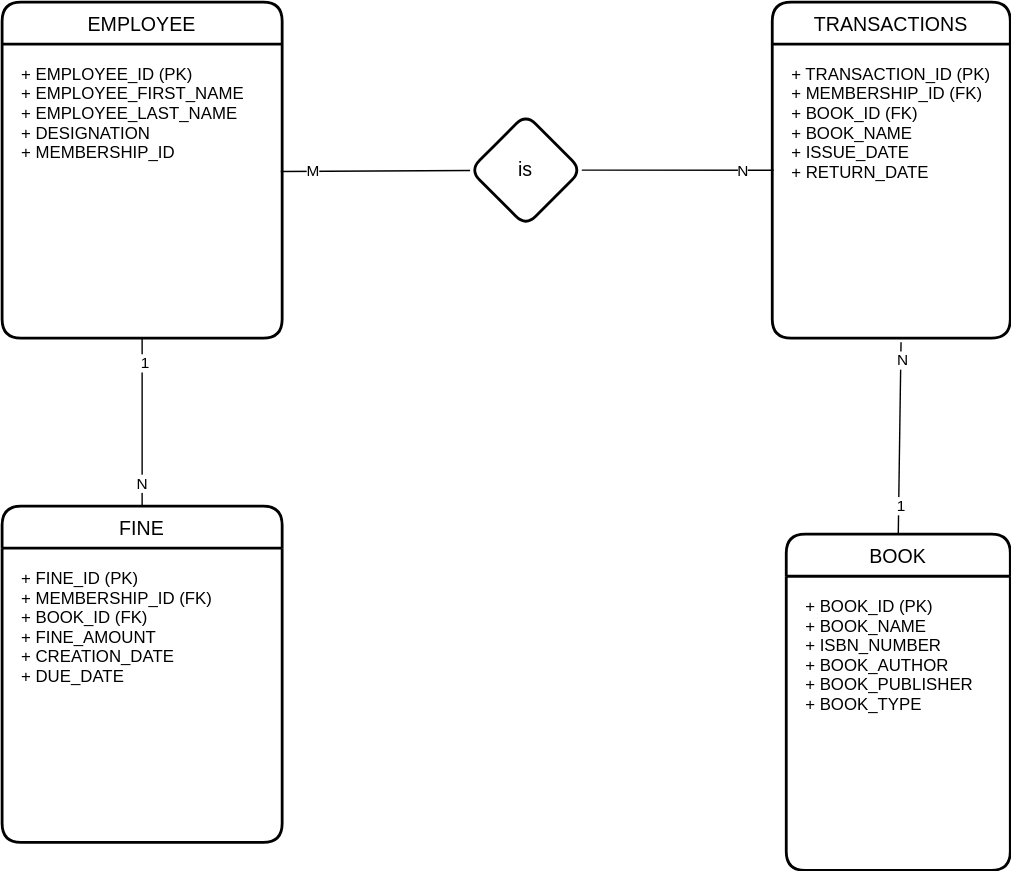
The draw.io diagram diagrams/Database Design.drawio.svg in basit-budroo/library-management-system, before a commit. Source tidied: cells renumbered, new cells last; positions are measured from the earlier drawing's top-left corner, leaving out a move shared by most shapes.
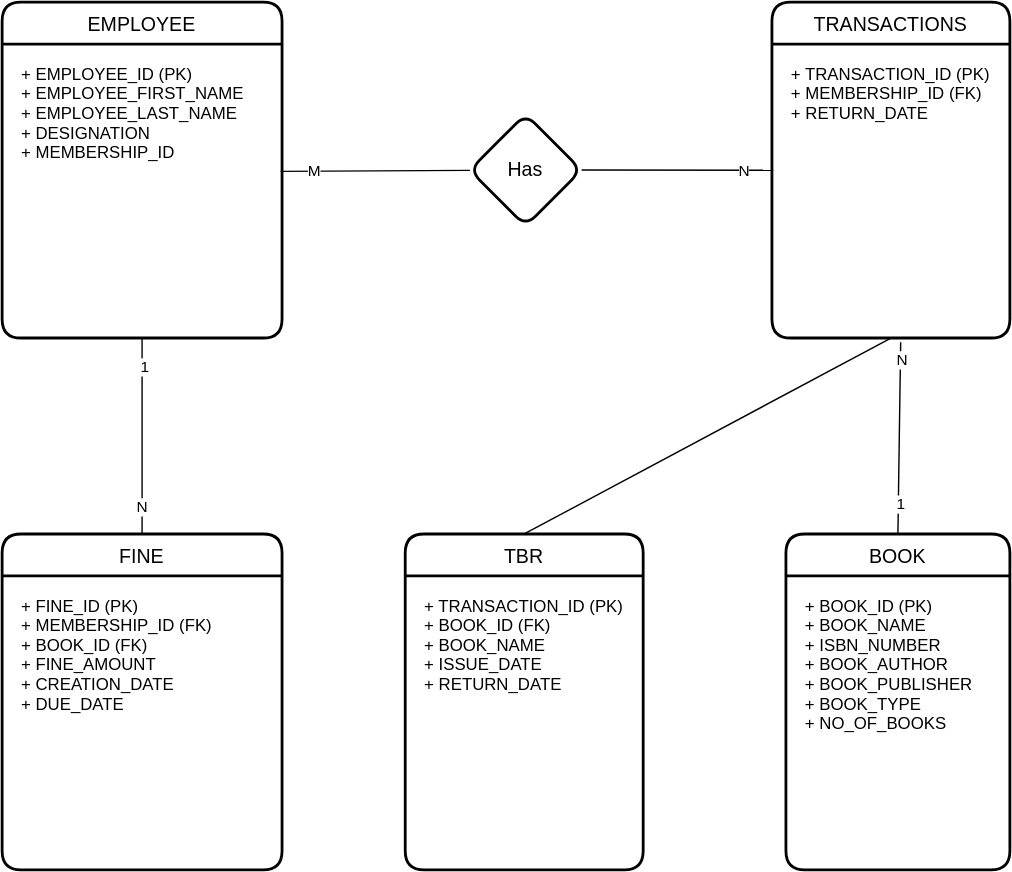
The same file after the commit.

Commit message:
database design updated -28/07

Diff of the diagram source:
```diff
@@ -11,10 +11,10 @@
     <mxCell id="4" value="TRANSACTIONS" style="swimlane;horizontal=1;startSize=30;rounded=1;fontSize=14;fontStyle=0;strokeWidth=2;shadow=0;dashed=0;align=center;" parent="1" vertex="1">
       <mxGeometry x="550" width="170" height="240" as="geometry" />
     </mxCell>
-    <mxCell id="5" value="+ TRANSACTION_ID (PK)&#10;+ MEMBERSHIP_ID (FK)&#10;+ BOOK_ID (FK)&#10;+ BOOK_NAME&#10;+ ISSUE_DATE&#10;+ RETURN_DATE" style="align=left;strokeColor=none;fillColor=none;spacingLeft=4;fontSize=12;verticalAlign=top;spacingTop=0;sketch=1;spacing=10;" parent="4" vertex="1">
+    <mxCell id="5" value="+ TRANSACTION_ID (PK)&#10;+ MEMBERSHIP_ID (FK)&#10;+ RETURN_DATE" style="align=left;strokeColor=none;fillColor=none;spacingLeft=4;fontSize=12;verticalAlign=top;spacingTop=0;sketch=1;spacing=10;" parent="4" vertex="1">
       <mxGeometry y="30" width="170" height="210" as="geometry" />
     </mxCell>
-    <mxCell id="6" value="is&lt;br&gt;" style="rhombus;whiteSpace=wrap;html=1;fontSize=14;fontStyle=0;startSize=30;rounded=1;strokeWidth=2;shadow=0;dashed=0;" parent="1" vertex="1">
+    <mxCell id="6" value="Has" style="rhombus;whiteSpace=wrap;html=1;fontSize=14;fontStyle=0;startSize=30;rounded=1;strokeWidth=2;shadow=0;dashed=0;" parent="1" vertex="1">
       <mxGeometry x="334" y="80" width="80" height="80" as="geometry" />
     </mxCell>
     <mxCell id="7" style="endArrow=none;html=1;rounded=0;exitX=0.995;exitY=0.433;exitDx=0;exitDy=0;exitPerimeter=0;" parent="1" edge="1" source="3" target="6">
@@ -32,7 +32,7 @@
     <mxCell id="11" value="BOOK" style="swimlane;horizontal=1;startSize=30;rounded=1;fontSize=14;fontStyle=0;strokeWidth=2;shadow=0;dashed=0;align=center;" parent="1" vertex="1">
       <mxGeometry x="560" y="380" width="160" height="240" as="geometry" />
     </mxCell>
-    <mxCell id="12" value="+ BOOK_ID (PK)&#10;+ BOOK_NAME&#10;+ ISBN_NUMBER&#10;+ BOOK_AUTHOR&#10;+ BOOK_PUBLISHER&#10;+ BOOK_TYPE" style="align=left;strokeColor=none;fillColor=none;spacingLeft=4;fontSize=12;verticalAlign=top;spacing=10;" parent="11" vertex="1">
+    <mxCell id="12" value="+ BOOK_ID (PK)&#10;+ BOOK_NAME&#10;+ ISBN_NUMBER&#10;+ BOOK_AUTHOR&#10;+ BOOK_PUBLISHER&#10;+ BOOK_TYPE&#10;+ NO_OF_BOOKS" style="align=left;strokeColor=none;fillColor=none;spacingLeft=4;fontSize=12;verticalAlign=top;spacing=10;" parent="11" vertex="1">
       <mxGeometry y="30" width="160" height="210" as="geometry" />
     </mxCell>
     <mxCell id="13" style="endArrow=none;html=1;rounded=0;entryX=0.541;entryY=1.014;entryDx=0;entryDy=0;exitX=0.5;exitY=0;exitDx=0;exitDy=0;entryPerimeter=0;" parent="1" edge="1" source="11" target="5">
@@ -45,7 +45,7 @@
       <mxGeometry x="0.82" y="-1" relative="1" as="geometry" />
     </mxCell>
     <mxCell id="16" value="FINE" style="swimlane;horizontal=1;startSize=30;rounded=1;fontSize=14;fontStyle=0;strokeWidth=2;shadow=0;dashed=0;align=center;" parent="1" vertex="1">
-      <mxGeometry y="360" width="200" height="240" as="geometry" />
+      <mxGeometry y="380" width="200" height="240" as="geometry" />
     </mxCell>
     <mxCell id="17" value="+ FINE_ID (PK)&#10;+ MEMBERSHIP_ID (FK)&#10;+ BOOK_ID (FK)&#10;+ FINE_AMOUNT&#10;+ CREATION_DATE&#10;+ DUE_DATE" style="align=left;strokeColor=none;fillColor=none;spacingLeft=4;fontSize=12;verticalAlign=top;spacing=10;" parent="16" vertex="1">
       <mxGeometry y="30" width="200" height="210" as="geometry" />
@@ -59,5 +59,14 @@
     <mxCell id="20" value="N" style="edgeLabel;html=1;align=center;verticalAlign=middle;" parent="18" vertex="1">
       <mxGeometry x="-0.72" y="1" relative="1" as="geometry" />
     </mxCell>
+    <mxCell id="21" value="TBR" style="swimlane;horizontal=1;startSize=30;rounded=1;fontSize=14;fontStyle=0;strokeWidth=2;shadow=0;dashed=0;align=center;" parent="1" vertex="1">
+      <mxGeometry x="288" y="380" width="170" height="240" as="geometry" />
+    </mxCell>
+    <mxCell id="22" value="+ TRANSACTION_ID (PK)&#10;+ BOOK_ID (FK)&#10;+ BOOK_NAME&#10;+ ISSUE_DATE&#10;+ RETURN_DATE" style="align=left;strokeColor=none;fillColor=none;spacingLeft=4;fontSize=12;verticalAlign=top;spacingTop=0;sketch=1;spacing=10;" parent="21" vertex="1">
+      <mxGeometry y="30" width="170" height="210" as="geometry" />
+    </mxCell>
+    <mxCell id="23" style="endArrow=none;html=1;rounded=0;entryX=0.5;entryY=1;entryDx=0;entryDy=0;exitX=0.5;exitY=0;exitDx=0;exitDy=0;" parent="1" edge="1" source="21" target="5">
+      <mxGeometry relative="1" as="geometry" />
+    </mxCell>
   </root>
 </mxGraphModel>
```
